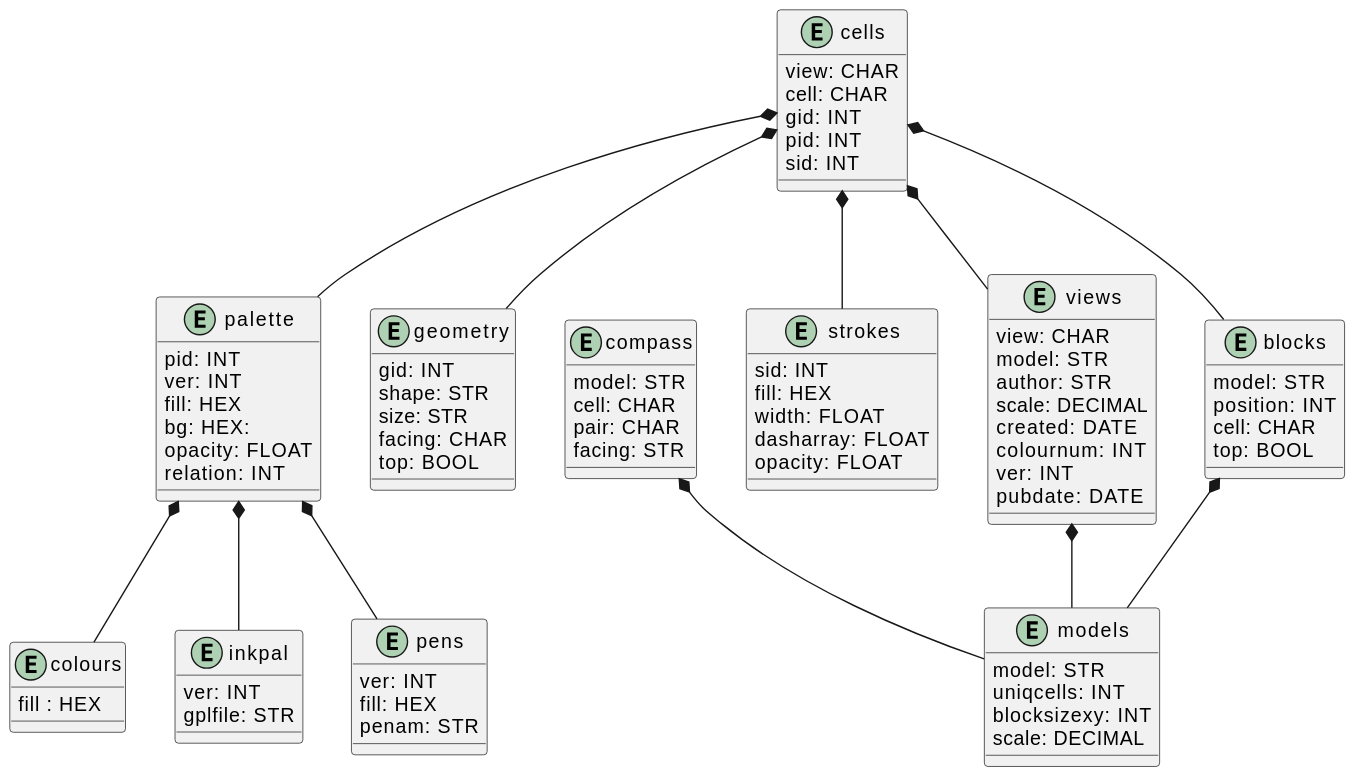
Earlier version of the PlantUML export tutorial/dbentity.svg (snow6oy/recurrink).
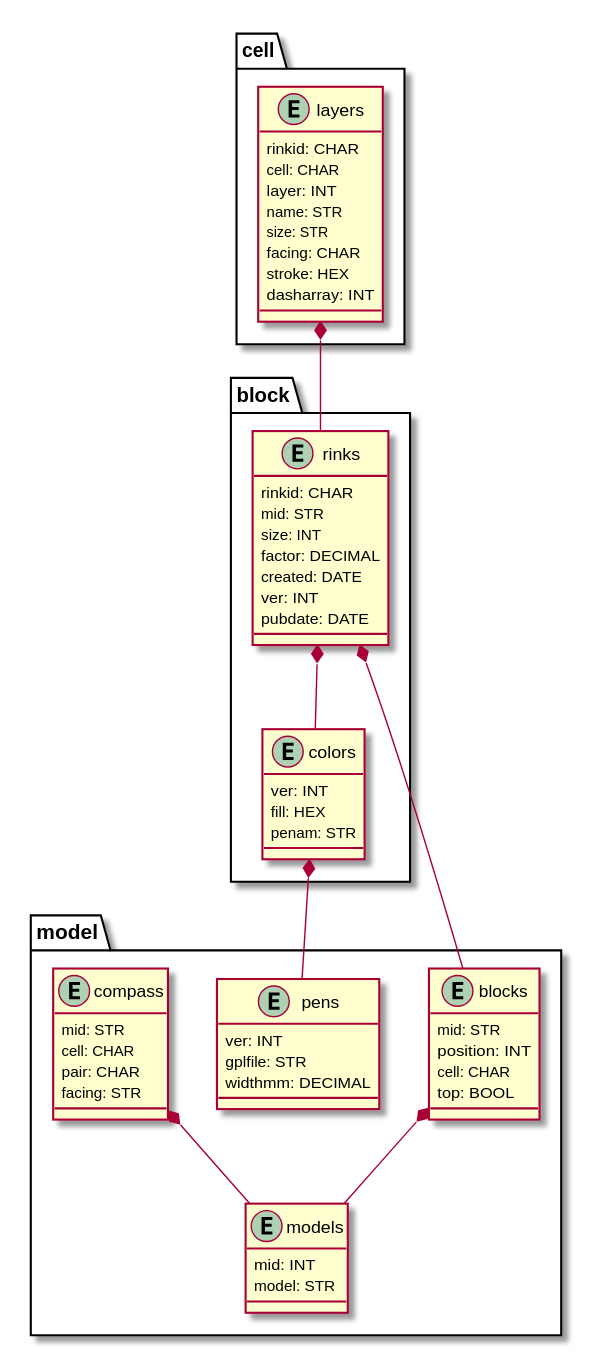
After the commit.

Commit message:
removed dead code and diagrams

What changed in the source:
```diff
@@ -1,86 +1,63 @@
 @startuml
-entity blocks {
- model: STR
- position: INT
- cell: CHAR
- top: BOOL
+
+package "model" {
+  entity pens {
+   ver: INT
+   gplfile: STR
+   widthmm: DECIMAL
+  }
+  entity models {
+    mid: INT
+    model: STR
+  }
+  entity blocks {
+    mid: STR
+    position: INT
+    cell: CHAR
+    top: BOOL
+  }
+  entity compass {
+    mid: STR
+    cell: CHAR
+    pair: CHAR
+    facing: STR
+  }
 }
-
-entity colours {
- fill : HEX
+package "block" {
+  entity colors {
+    ver: INT
+    fill: HEX
+    penam: STR
+  }
+  entity rinks {
+    rinkid: CHAR
+    mid: STR
+    size: INT
+    factor: DECIMAL
+    created: DATE
+    ver: INT
+    pubdate: DATE
+  }
 }
-entity compass {
-  model: STR
- cell: CHAR
- pair: CHAR
- facing: STR
-}
-entity geometry {
- gid: INT
- shape: STR
- size: STR
- facing: CHAR
- top: BOOL
-}
-entity inkpal {
- ver: INT
- gplfile: STR
-}
-entity palette {
- pid: INT
- ver: INT
- fill: HEX
- bg: HEX:
- opacity: FLOAT
- relation: INT
-}
-entity cells {
-  view: CHAR
-  cell: CHAR
-  gid: INT
-  pid: INT
-  sid: INT
-}
-entity models {
-  model: STR
-  uniqcells: INT
-  blocksizexy: INT
-  scale: DECIMAL
-}
-
-entity pens {
- ver: INT
- fill: HEX
- penam: STR
-}
-entity strokes {
- sid: INT
- fill: HEX
- width: FLOAT
- dasharray: FLOAT
- opacity: FLOAT
-}
-entity views {
-  view: CHAR
-  model: STR
-  author: STR
-  scale: DECIMAL
-  created: DATE
-  colournum: INT
-  ver: INT
-  pubdate: DATE
+package "cell" {
+  entity layers {
+    rinkid: CHAR
+    cell: CHAR
+    layer: INT
+    name: STR
+    size: STR
+    facing: CHAR
+    stroke: HEX
+    dasharray: INT
+  }
 }
 
 
-cells *-- palette
-cells *-- strokes
-cells *-- geometry
-cells *-- views
-cells *-- blocks
-palette *-- pens
-palette *-- inkpal
-palette *-- colours
-blocks *-- models
+layers  *-- rinks
+rinks   *-- blocks
+rinks   *-- colors
+colors  *-- pens
+blocks  *-- models
 compass *-- models
-views *-- models
+
 @enduml
```
